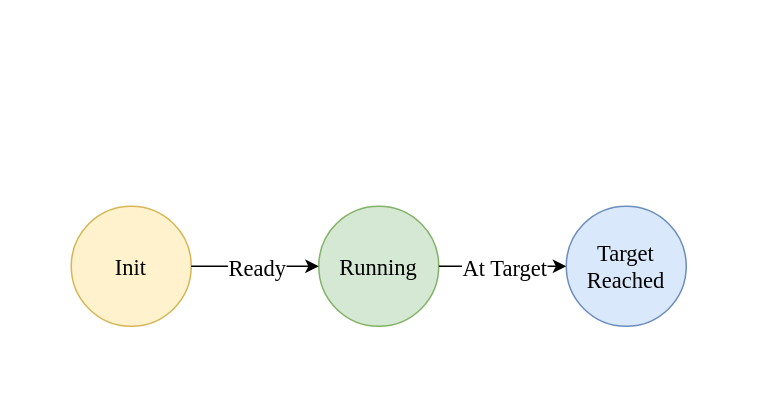
The draw.io diagram ClusterFSM.drawio in LeonWong318/Master-thesis, before the edit. Source tidied: cells renumbered, new cells numbered last; positions are measured from the earlier drawing's top-left corner, leaving out a move shared by most shapes. Both pictures are drawn from the tidied source at 150%, with x=0, y=0 at pixel (70, 206).
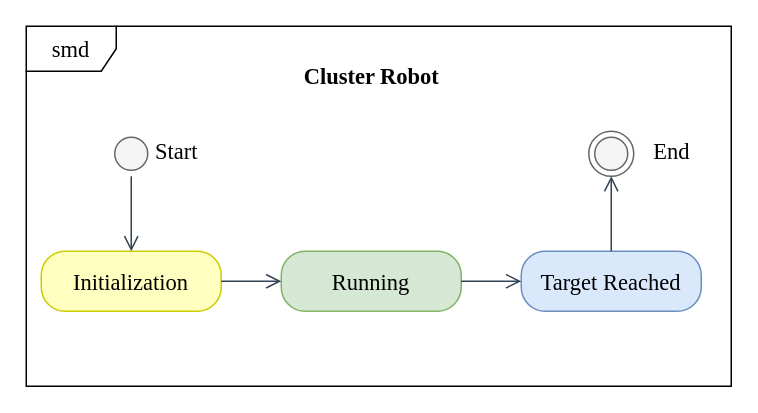
The same page after the edit.

Change to the diagram source:
```diff
@@
 <mxGraphModel>
   <root>
     <mxCell id="0" />
     <mxCell id="1" parent="0" />
-    <mxCell id="2" value="&lt;font face=&quot;Times New Roman&quot; style=&quot;font-size: 15px;&quot;&gt;Init&lt;/font&gt;" style="ellipse;whiteSpace=wrap;html=1;fillColor=#fff2cc;strokeColor=#d6b656;" parent="1" vertex="1">
-      <mxGeometry width="80" height="80" as="geometry" />
-    </mxCell>
+    <mxCell id="9" value="&lt;font face=&quot;Times New Roman&quot; style=&quot;font-size: 15px;&quot;&gt;smd&lt;/font&gt;" style="shape=umlFrame;whiteSpace=wrap;html=1;" parent="1" vertex="1">
+      <mxGeometry x="-30" y="-120" width="470" height="240" as="geometry" />
+    </mxCell>
+    <mxCell id="10" style="ellipse;html=1;shape=startState;fillColor=#f5f5f5;strokeColor=#666666;fontColor=#333333;" parent="1" vertex="1">
+      <mxGeometry x="25" y="-50" width="30" height="30" as="geometry" />
+    </mxCell>
+    <mxCell id="11" style="edgeStyle=orthogonalEdgeStyle;html=1;verticalAlign=bottom;endArrow=open;endSize=8;strokeColor=#314354;rounded=0;fillColor=#647687;" parent="1" edge="1" source="10">
+      <mxGeometry relative="1" as="geometry">
+        <mxPoint x="40" y="30" as="targetPoint" />
+      </mxGeometry>
+    </mxCell>
+    <mxCell id="12" style="ellipse;html=1;shape=endState;fillColor=#f5f5f5;strokeColor=#666666;fontColor=#333333;" parent="1" vertex="1">
+      <mxGeometry x="345" y="-50" width="30" height="30" as="geometry" />
+    </mxCell>
+    <mxCell id="13" value="&lt;font face=&quot;Times New Roman&quot; style=&quot;font-size: 15px;&quot;&gt;Initialization&lt;/font&gt;" style="rounded=1;whiteSpace=wrap;html=1;arcSize=40;fontColor=#000000;fillColor=#ffffc0;strokeColor=#CCCC00;" parent="1" vertex="1">
+      <mxGeometry x="-20" y="30" width="120" height="40" as="geometry" />
+    </mxCell>
-    <mxCell id="3" value="&lt;font face=&quot;Times New Roman&quot; style=&quot;font-size: 15px;&quot;&gt;Running&lt;/font&gt;" style="ellipse;whiteSpace=wrap;html=1;fillColor=#d5e8d4;strokeColor=#82b366;" parent="1" vertex="1">
-      <mxGeometry x="165" width="80" height="80" as="geometry" />
+    <mxCell id="3" value="&lt;font face=&quot;Times New Roman&quot; style=&quot;font-size: 15px;&quot;&gt;Running&lt;/font&gt;" style="rounded=1;whiteSpace=wrap;html=1;arcSize=40;fillColor=#d5e8d4;strokeColor=#82b366;" parent="1" vertex="1">
+      <mxGeometry x="140" y="30" width="120" height="40" as="geometry" />
     </mxCell>
-    <mxCell id="4" style="endArrow=classic;html=1;rounded=0;exitX=1;exitY=0.5;exitDx=0;exitDy=0;entryX=0;entryY=0.5;entryDx=0;entryDy=0;" parent="1" edge="1" source="2" target="3">
-      <mxGeometry relative="1" as="geometry" />
-    </mxCell>
-    <mxCell id="5" value="&lt;font face=&quot;Times New Roman&quot; style=&quot;font-size: 15px;&quot;&gt;Ready&lt;/font&gt;" style="edgeLabel;html=1;align=center;verticalAlign=middle;" parent="4" vertex="1">
-      <mxGeometry relative="1" as="geometry" />
-    </mxCell>
-    <mxCell id="6" value="&lt;font face=&quot;Times New Roman&quot; style=&quot;font-size: 15px;&quot;&gt;Target&lt;/font&gt;&lt;div&gt;&lt;font face=&quot;Times New Roman&quot; style=&quot;font-size: 15px;&quot;&gt;Reached&lt;/font&gt;&lt;/div&gt;" style="ellipse;whiteSpace=wrap;html=1;fillColor=#dae8fc;strokeColor=#6c8ebf;" parent="1" vertex="1">
-      <mxGeometry x="330" width="80" height="80" as="geometry" />
+    <mxCell id="6" value="&lt;font face=&quot;Times New Roman&quot; style=&quot;font-size: 15px;&quot;&gt;Target Reached&lt;/font&gt;" style="rounded=1;whiteSpace=wrap;html=1;arcSize=40;fillColor=#dae8fc;strokeColor=#6c8ebf;" parent="1" vertex="1">
+      <mxGeometry x="300" y="30" width="120" height="40" as="geometry" />
     </mxCell>
+    <mxCell id="14" style="edgeStyle=orthogonalEdgeStyle;html=1;verticalAlign=bottom;endArrow=open;endSize=8;strokeColor=#314354;rounded=0;fillColor=#647687;exitX=1;exitY=0.5;exitDx=0;exitDy=0;entryX=0;entryY=0.5;entryDx=0;entryDy=0;" parent="1" edge="1" source="13" target="3">
+      <mxGeometry relative="1" as="geometry" />
+    </mxCell>
-    <mxCell id="7" style="endArrow=classic;html=1;rounded=0;exitX=1;exitY=0.5;exitDx=0;exitDy=0;entryX=0;entryY=0.5;entryDx=0;entryDy=0;" parent="1" edge="1" source="3" target="6">
+    <mxCell id="7" style="edgeStyle=orthogonalEdgeStyle;html=1;verticalAlign=bottom;endArrow=open;endSize=8;strokeColor=#314354;rounded=0;fillColor=#647687;exitX=1;exitY=0.5;exitDx=0;exitDy=0;entryX=0;entryY=0.5;entryDx=0;entryDy=0;" parent="1" edge="1" source="3" target="6">
       <mxGeometry relative="1" as="geometry" />
     </mxCell>
-    <mxCell id="8" value="&lt;font face=&quot;Times New Roman&quot; style=&quot;font-size: 15px;&quot;&gt;At Target&lt;/font&gt;" style="edgeLabel;html=1;align=center;verticalAlign=middle;" parent="7" vertex="1">
-      <mxGeometry relative="1" as="geometry" />
-    </mxCell>
+    <mxCell id="15" style="edgeStyle=orthogonalEdgeStyle;html=1;verticalAlign=bottom;endArrow=open;endSize=8;strokeColor=#314354;rounded=0;fillColor=#647687;exitX=0.5;exitY=0;exitDx=0;exitDy=0;entryX=0.5;entryY=1;entryDx=0;entryDy=0;" parent="1" edge="1" source="6" target="12">
+      <mxGeometry relative="1" as="geometry" />
+    </mxCell>
+    <mxCell id="16" value="&lt;font face=&quot;Times New Roman&quot; style=&quot;font-size: 15px;&quot;&gt;Cluster Robot&lt;/font&gt;" style="text;align=center;fontStyle=1;verticalAlign=middle;spacingLeft=3;spacingRight=3;strokeColor=none;html=1;" parent="1" vertex="1">
+      <mxGeometry x="160" y="-100" width="80" height="26" as="geometry" />
+    </mxCell>
+    <mxCell id="17" value="&lt;font style=&quot;font-size: 15px;&quot; face=&quot;Times New Roman&quot;&gt;Start&lt;/font&gt;" style="text;html=1;align=center;verticalAlign=middle;strokeColor=none;fillColor=none;" parent="1" vertex="1">
+      <mxGeometry x="45" y="-52" width="50" height="30" as="geometry" />
+    </mxCell>
+    <mxCell id="18" value="&lt;font style=&quot;font-size: 15px;&quot; face=&quot;Times New Roman&quot;&gt;End&lt;/font&gt;" style="text;html=1;align=center;verticalAlign=middle;strokeColor=none;fillColor=none;" parent="1" vertex="1">
+      <mxGeometry x="375" y="-52" width="50" height="30" as="geometry" />
+    </mxCell>
   </root>
 </mxGraphModel>
```
